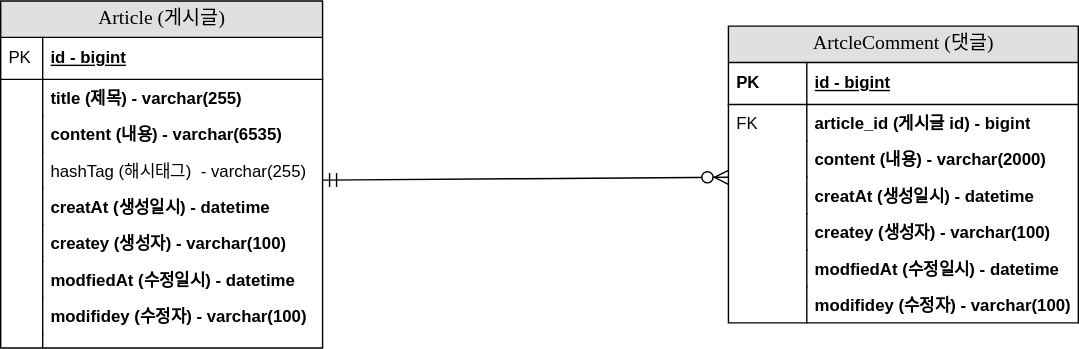
imeline/git-project-issue-prectice keeps this draw.io diagram as document/project board.svg. Above is the earlier version. Source tidied: cells renumbered, new cells last; positions are measured from the earlier drawing's top-left corner, leaving out a move shared by most shapes. The source it was exported from:
```xml
<mxGraphModel>
  <root>
    <mxCell id="0" />
    <mxCell id="1" parent="0" />
    <mxCell id="2" value="ArtcleComment (댓글)" style="swimlane;html=1;fontStyle=0;horizontal=1;startSize=26;fillColor=#e0e0e0;swimlaneFillColor=#ffffff;align=center;rounded=0;shadow=0;comic=0;labelBackgroundColor=none;strokeWidth=1;fontFamily=Verdana;fontSize=14;" parent="1" vertex="1">
      <mxGeometry x="520" y="18" width="250" height="212" as="geometry" />
    </mxCell>
    <mxCell id="3" value="id - bigint" style="shape=partialRectangle;top=0;left=0;right=0;bottom=1;html=1;align=left;verticalAlign=middle;fillColor=none;spacingLeft=60;spacingRight=4;whiteSpace=wrap;overflow=hidden;fontStyle=5;" parent="2" vertex="1">
      <mxGeometry y="26" width="250" height="30" as="geometry" />
    </mxCell>
    <mxCell id="4" value="PK" style="shape=partialRectangle;fontStyle=1;top=0;left=0;bottom=0;html=1;fillColor=none;align=left;verticalAlign=middle;spacingLeft=4;spacingRight=4;whiteSpace=wrap;overflow=hidden;" parent="3" vertex="1">
      <mxGeometry width="56" height="30" as="geometry" />
    </mxCell>
    <mxCell id="5" value="article_id (게시글 id) - bigint" style="shape=partialRectangle;top=0;left=0;right=0;bottom=0;html=1;align=left;verticalAlign=top;fillColor=none;spacingLeft=60;spacingRight=4;whiteSpace=wrap;overflow=hidden;fontStyle=1;" parent="2" vertex="1">
      <mxGeometry y="56" width="250" height="26" as="geometry" />
    </mxCell>
    <mxCell id="6" value="FK" style="shape=partialRectangle;top=0;left=0;bottom=0;html=1;fillColor=none;align=left;verticalAlign=top;spacingLeft=4;spacingRight=4;whiteSpace=wrap;overflow=hidden;" parent="5" vertex="1">
      <mxGeometry width="56" height="26" as="geometry" />
    </mxCell>
    <mxCell id="7" value="content (내용) - varchar(2000)" style="shape=partialRectangle;top=0;left=0;right=0;bottom=0;html=1;align=left;verticalAlign=top;fillColor=none;spacingLeft=60;spacingRight=4;whiteSpace=wrap;overflow=hidden;fontStyle=1;" parent="2" vertex="1">
      <mxGeometry y="82" width="250" height="26" as="geometry" />
    </mxCell>
    <mxCell id="8" style="shape=partialRectangle;top=0;left=0;bottom=0;html=1;fillColor=none;align=left;verticalAlign=top;spacingLeft=4;spacingRight=4;whiteSpace=wrap;overflow=hidden;" parent="7" vertex="1">
      <mxGeometry width="56" height="26" as="geometry" />
    </mxCell>
    <mxCell id="9" value="creatAt (생성일시) - datetime" style="shape=partialRectangle;top=0;left=0;right=0;bottom=0;html=1;align=left;verticalAlign=top;fillColor=none;spacingLeft=60;spacingRight=4;whiteSpace=wrap;overflow=hidden;fontStyle=1;" parent="2" vertex="1">
      <mxGeometry y="108" width="250" height="26" as="geometry" />
    </mxCell>
    <mxCell id="10" style="shape=partialRectangle;top=0;left=0;bottom=0;html=1;fillColor=none;align=left;verticalAlign=top;spacingLeft=4;spacingRight=4;whiteSpace=wrap;overflow=hidden;" parent="9" vertex="1">
      <mxGeometry width="56" height="26" as="geometry" />
    </mxCell>
    <mxCell id="11" value="createy (생성자) - varchar(100)" style="shape=partialRectangle;top=0;left=0;right=0;bottom=0;html=1;align=left;verticalAlign=top;fillColor=none;spacingLeft=60;spacingRight=4;whiteSpace=wrap;overflow=hidden;fontStyle=1;" parent="2" vertex="1">
      <mxGeometry y="134" width="250" height="26" as="geometry" />
    </mxCell>
    <mxCell id="12" style="shape=partialRectangle;top=0;left=0;bottom=0;html=1;fillColor=none;align=left;verticalAlign=top;spacingLeft=4;spacingRight=4;whiteSpace=wrap;overflow=hidden;" parent="11" vertex="1">
      <mxGeometry width="56" height="26" as="geometry" />
    </mxCell>
    <mxCell id="13" value="modfiedAt (수정일시) - datetime" style="shape=partialRectangle;top=0;left=0;right=0;bottom=0;html=1;align=left;verticalAlign=top;fillColor=none;spacingLeft=60;spacingRight=4;whiteSpace=wrap;overflow=hidden;fontStyle=1;" parent="2" vertex="1">
      <mxGeometry y="160" width="250" height="26" as="geometry" />
    </mxCell>
    <mxCell id="14" style="shape=partialRectangle;top=0;left=0;bottom=0;html=1;fillColor=none;align=left;verticalAlign=top;spacingLeft=4;spacingRight=4;whiteSpace=wrap;overflow=hidden;" parent="13" vertex="1">
      <mxGeometry width="56" height="26" as="geometry" />
    </mxCell>
    <mxCell id="15" value="modifidey (수정자) - varchar(100)" style="shape=partialRectangle;top=0;left=0;right=0;bottom=0;html=1;align=left;verticalAlign=top;fillColor=none;spacingLeft=60;spacingRight=4;whiteSpace=wrap;overflow=hidden;fontStyle=1;" parent="2" vertex="1">
      <mxGeometry y="186" width="250" height="26" as="geometry" />
    </mxCell>
    <mxCell id="16" style="shape=partialRectangle;top=0;left=0;bottom=0;html=1;fillColor=none;align=left;verticalAlign=top;spacingLeft=4;spacingRight=4;whiteSpace=wrap;overflow=hidden;" parent="15" vertex="1">
      <mxGeometry width="56" height="26" as="geometry" />
    </mxCell>
    <mxCell id="17" value="Article&amp;nbsp;(게시글)" style="swimlane;html=1;fontStyle=0;horizontal=1;startSize=26;fillColor=#e0e0e0;swimlaneFillColor=#ffffff;align=center;rounded=0;shadow=0;comic=0;labelBackgroundColor=none;strokeWidth=1;fontFamily=Verdana;fontSize=14;" parent="1" vertex="1">
      <mxGeometry width="230" height="248" as="geometry" />
    </mxCell>
    <mxCell id="18" value="id - bigint" style="shape=partialRectangle;top=0;left=0;right=0;bottom=1;html=1;align=left;verticalAlign=middle;fillColor=none;spacingLeft=34;spacingRight=4;whiteSpace=wrap;overflow=hidden;fontStyle=5;" parent="17" vertex="1">
      <mxGeometry y="26" width="230" height="30" as="geometry" />
    </mxCell>
    <mxCell id="19" value="PK" style="shape=partialRectangle;top=0;left=0;bottom=0;html=1;fillColor=none;align=left;verticalAlign=middle;spacingLeft=4;spacingRight=4;whiteSpace=wrap;overflow=hidden;" parent="18" vertex="1">
      <mxGeometry width="30" height="30" as="geometry" />
    </mxCell>
    <mxCell id="20" value="title (제목) - varchar(255)&amp;nbsp;" style="shape=partialRectangle;top=0;left=0;right=0;bottom=0;html=1;align=left;verticalAlign=top;fillColor=none;spacingLeft=34;spacingRight=4;whiteSpace=wrap;overflow=hidden;fontStyle=1;" parent="17" vertex="1">
      <mxGeometry y="56" width="230" height="26" as="geometry" />
    </mxCell>
    <mxCell id="21" style="shape=partialRectangle;top=0;left=0;bottom=0;html=1;fillColor=none;align=left;verticalAlign=top;spacingLeft=4;spacingRight=4;whiteSpace=wrap;overflow=hidden;" parent="20" vertex="1">
      <mxGeometry width="30" height="26" as="geometry" />
    </mxCell>
    <mxCell id="22" value="content (내용) - varchar(6535)" style="shape=partialRectangle;top=0;left=0;right=0;bottom=0;html=1;align=left;verticalAlign=top;fillColor=none;spacingLeft=34;spacingRight=4;whiteSpace=wrap;overflow=hidden;fontStyle=1;" parent="17" vertex="1">
      <mxGeometry y="82" width="230" height="26" as="geometry" />
    </mxCell>
    <mxCell id="23" style="shape=partialRectangle;top=0;left=0;bottom=0;html=1;fillColor=none;align=left;verticalAlign=top;spacingLeft=4;spacingRight=4;whiteSpace=wrap;overflow=hidden;" parent="22" vertex="1">
      <mxGeometry width="30" height="26" as="geometry" />
    </mxCell>
    <mxCell id="24" value="hashTag (해시태그)&amp;nbsp; - varchar(255)" style="shape=partialRectangle;top=0;left=0;right=0;bottom=0;html=1;align=left;verticalAlign=top;fillColor=none;spacingLeft=34;spacingRight=4;whiteSpace=wrap;overflow=hidden;" parent="17" vertex="1">
      <mxGeometry y="108" width="230" height="26" as="geometry" />
    </mxCell>
    <mxCell id="25" style="shape=partialRectangle;top=0;left=0;bottom=0;html=1;fillColor=none;align=left;verticalAlign=top;spacingLeft=4;spacingRight=4;whiteSpace=wrap;overflow=hidden;" parent="24" vertex="1">
      <mxGeometry width="30" height="26" as="geometry" />
    </mxCell>
    <mxCell id="26" value="creatAt (생성일시) - datetime" style="shape=partialRectangle;top=0;left=0;right=0;bottom=0;html=1;align=left;verticalAlign=top;fillColor=none;spacingLeft=34;spacingRight=4;whiteSpace=wrap;overflow=hidden;fontStyle=1;" parent="17" vertex="1">
      <mxGeometry y="134" width="230" height="26" as="geometry" />
    </mxCell>
    <mxCell id="27" style="shape=partialRectangle;top=0;left=0;bottom=0;html=1;fillColor=none;align=left;verticalAlign=top;spacingLeft=4;spacingRight=4;whiteSpace=wrap;overflow=hidden;" parent="26" vertex="1">
      <mxGeometry width="30" height="26" as="geometry" />
    </mxCell>
    <mxCell id="28" value="createy (생성자) - varchar(100)" style="shape=partialRectangle;top=0;left=0;right=0;bottom=0;html=1;align=left;verticalAlign=top;fillColor=none;spacingLeft=34;spacingRight=4;whiteSpace=wrap;overflow=hidden;fontStyle=1;" parent="17" vertex="1">
      <mxGeometry y="160" width="230" height="26" as="geometry" />
    </mxCell>
    <mxCell id="29" style="shape=partialRectangle;top=0;left=0;bottom=0;html=1;fillColor=none;align=left;verticalAlign=top;spacingLeft=4;spacingRight=4;whiteSpace=wrap;overflow=hidden;" parent="28" vertex="1">
      <mxGeometry width="30" height="26" as="geometry" />
    </mxCell>
    <mxCell id="30" value="modfiedAt (수정일시) - datetime" style="shape=partialRectangle;top=0;left=0;right=0;bottom=0;html=1;align=left;verticalAlign=top;fillColor=none;spacingLeft=34;spacingRight=4;whiteSpace=wrap;overflow=hidden;fontStyle=1;" parent="17" vertex="1">
      <mxGeometry y="186" width="230" height="26" as="geometry" />
    </mxCell>
    <mxCell id="31" style="shape=partialRectangle;top=0;left=0;bottom=0;html=1;fillColor=none;align=left;verticalAlign=top;spacingLeft=4;spacingRight=4;whiteSpace=wrap;overflow=hidden;" parent="30" vertex="1">
      <mxGeometry width="30" height="26" as="geometry" />
    </mxCell>
    <mxCell id="32" value="modifidey (수정자) - varchar(100)" style="shape=partialRectangle;top=0;left=0;right=0;bottom=0;html=1;align=left;verticalAlign=top;fillColor=none;spacingLeft=34;spacingRight=4;whiteSpace=wrap;overflow=hidden;fontStyle=1;" parent="17" vertex="1">
      <mxGeometry y="212" width="230" height="26" as="geometry" />
    </mxCell>
    <mxCell id="33" style="shape=partialRectangle;top=0;left=0;bottom=0;html=1;fillColor=none;align=left;verticalAlign=top;spacingLeft=4;spacingRight=4;whiteSpace=wrap;overflow=hidden;" parent="32" vertex="1">
      <mxGeometry width="30" height="26" as="geometry" />
    </mxCell>
    <mxCell id="34" style="shape=partialRectangle;top=0;left=0;right=0;bottom=0;html=1;align=left;verticalAlign=top;fillColor=none;spacingLeft=34;spacingRight=4;whiteSpace=wrap;overflow=hidden;" parent="17" vertex="1">
      <mxGeometry y="238" width="230" height="10" as="geometry" />
    </mxCell>
    <mxCell id="35" style="shape=partialRectangle;top=0;left=0;bottom=0;html=1;fillColor=none;align=left;verticalAlign=top;spacingLeft=4;spacingRight=4;whiteSpace=wrap;overflow=hidden;" parent="34" vertex="1">
      <mxGeometry width="30" height="10" as="geometry" />
    </mxCell>
    <mxCell id="36" style="edgeStyle=entityRelationEdgeStyle;fontSize=12;html=1;endArrow=ERzeroToMany;startArrow=ERmandOne;rounded=0;startSize=8;endSize=8;curved=1;entryX=-0.02;entryY=0.038;entryDx=0;entryDy=0;entryPerimeter=0;" parent="1" edge="1">
      <mxGeometry relative="1" as="geometry">
        <mxPoint x="230" y="128" as="sourcePoint" />
        <mxPoint x="520" y="126" as="targetPoint" />
        <Array as="points">
          <mxPoint x="515" y="117" />
        </Array>
      </mxGeometry>
    </mxCell>
  </root>
</mxGraphModel>
```
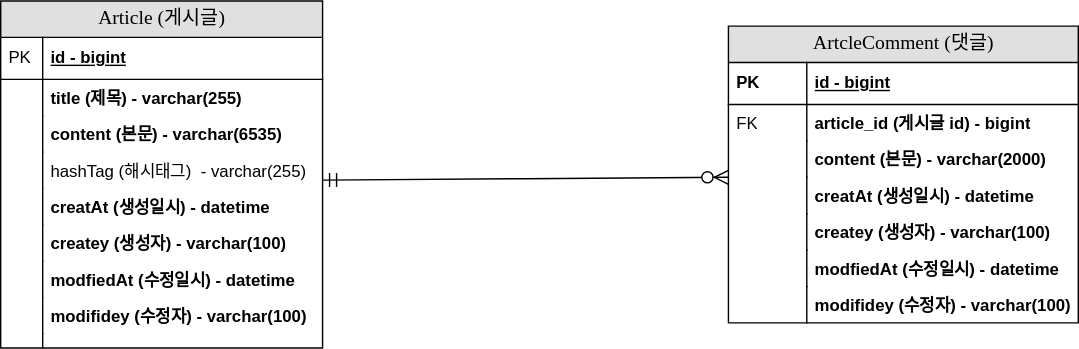
The same diagram one commit later.

Commit message:
#9 - ERD 주석 업데이트 project board.svg 업데이트

What changed in the source:
```diff
@@ -17,7 +17,7 @@
     <mxCell id="6" value="FK" style="shape=partialRectangle;top=0;left=0;bottom=0;html=1;fillColor=none;align=left;verticalAlign=top;spacingLeft=4;spacingRight=4;whiteSpace=wrap;overflow=hidden;" parent="5" vertex="1">
       <mxGeometry width="56" height="26" as="geometry" />
     </mxCell>
-    <mxCell id="7" value="content (내용) - varchar(2000)" style="shape=partialRectangle;top=0;left=0;right=0;bottom=0;html=1;align=left;verticalAlign=top;fillColor=none;spacingLeft=60;spacingRight=4;whiteSpace=wrap;overflow=hidden;fontStyle=1;" parent="2" vertex="1">
+    <mxCell id="7" value="content (본문) - varchar(2000)" style="shape=partialRectangle;top=0;left=0;right=0;bottom=0;html=1;align=left;verticalAlign=top;fillColor=none;spacingLeft=60;spacingRight=4;whiteSpace=wrap;overflow=hidden;fontStyle=1;" parent="2" vertex="1">
       <mxGeometry y="82" width="250" height="26" as="geometry" />
     </mxCell>
     <mxCell id="8" style="shape=partialRectangle;top=0;left=0;bottom=0;html=1;fillColor=none;align=left;verticalAlign=top;spacingLeft=4;spacingRight=4;whiteSpace=wrap;overflow=hidden;" parent="7" vertex="1">
@@ -62,7 +62,7 @@
     <mxCell id="21" style="shape=partialRectangle;top=0;left=0;bottom=0;html=1;fillColor=none;align=left;verticalAlign=top;spacingLeft=4;spacingRight=4;whiteSpace=wrap;overflow=hidden;" parent="20" vertex="1">
       <mxGeometry width="30" height="26" as="geometry" />
     </mxCell>
-    <mxCell id="22" value="content (내용) - varchar(6535)" style="shape=partialRectangle;top=0;left=0;right=0;bottom=0;html=1;align=left;verticalAlign=top;fillColor=none;spacingLeft=34;spacingRight=4;whiteSpace=wrap;overflow=hidden;fontStyle=1;" parent="17" vertex="1">
+    <mxCell id="22" value="content (본문) - varchar(6535)" style="shape=partialRectangle;top=0;left=0;right=0;bottom=0;html=1;align=left;verticalAlign=top;fillColor=none;spacingLeft=34;spacingRight=4;whiteSpace=wrap;overflow=hidden;fontStyle=1;" parent="17" vertex="1">
       <mxGeometry y="82" width="230" height="26" as="geometry" />
     </mxCell>
     <mxCell id="23" style="shape=partialRectangle;top=0;left=0;bottom=0;html=1;fillColor=none;align=left;verticalAlign=top;spacingLeft=4;spacingRight=4;whiteSpace=wrap;overflow=hidden;" parent="22" vertex="1">
```
